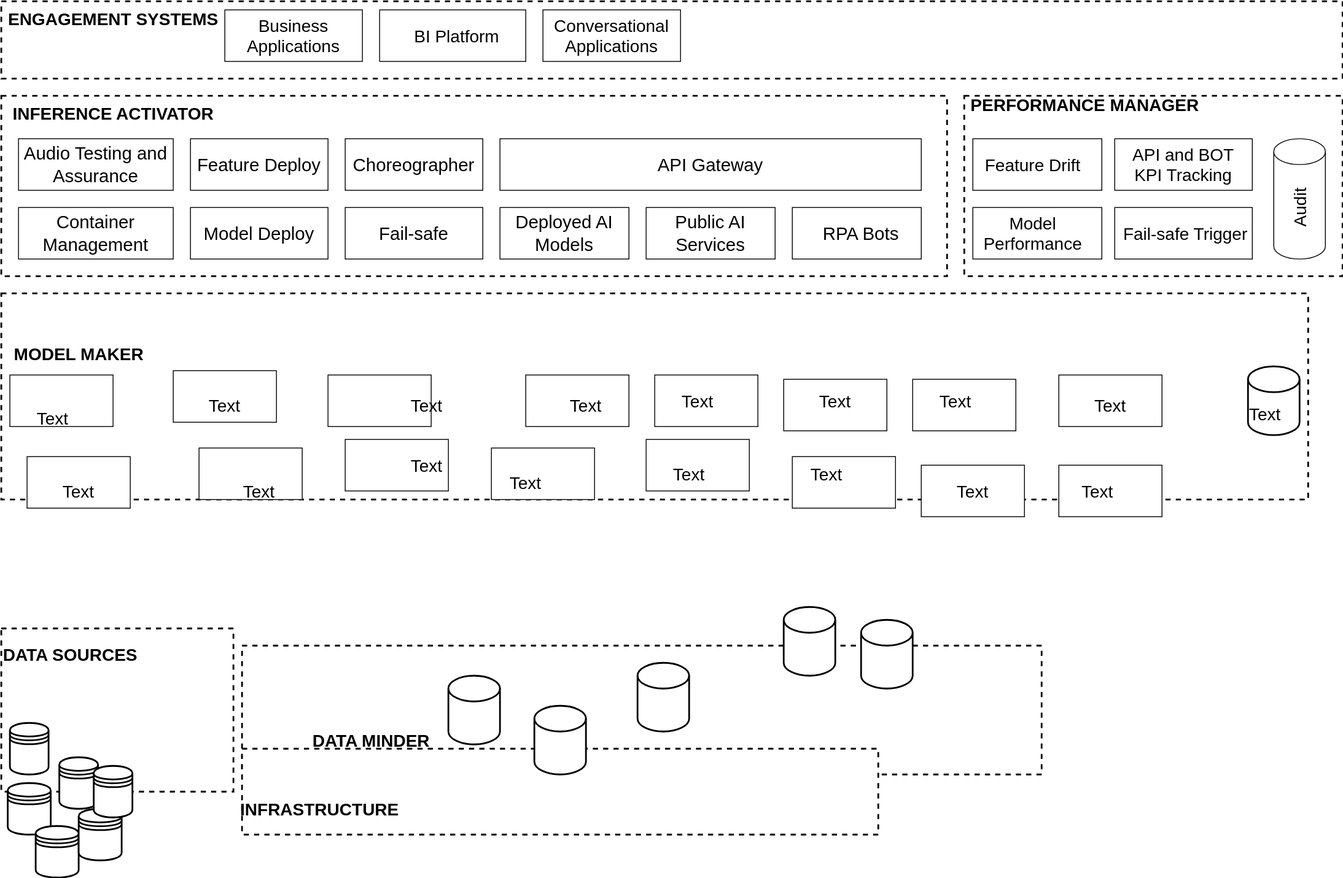
This is ArchitectureAI.svg from nadiaasrin/neddo, a draw.io export, as it was before one commit. Source tidied: cells renumbered, new cells last; positions are measured from the earlier drawing's top-left corner, leaving out a move shared by most shapes.
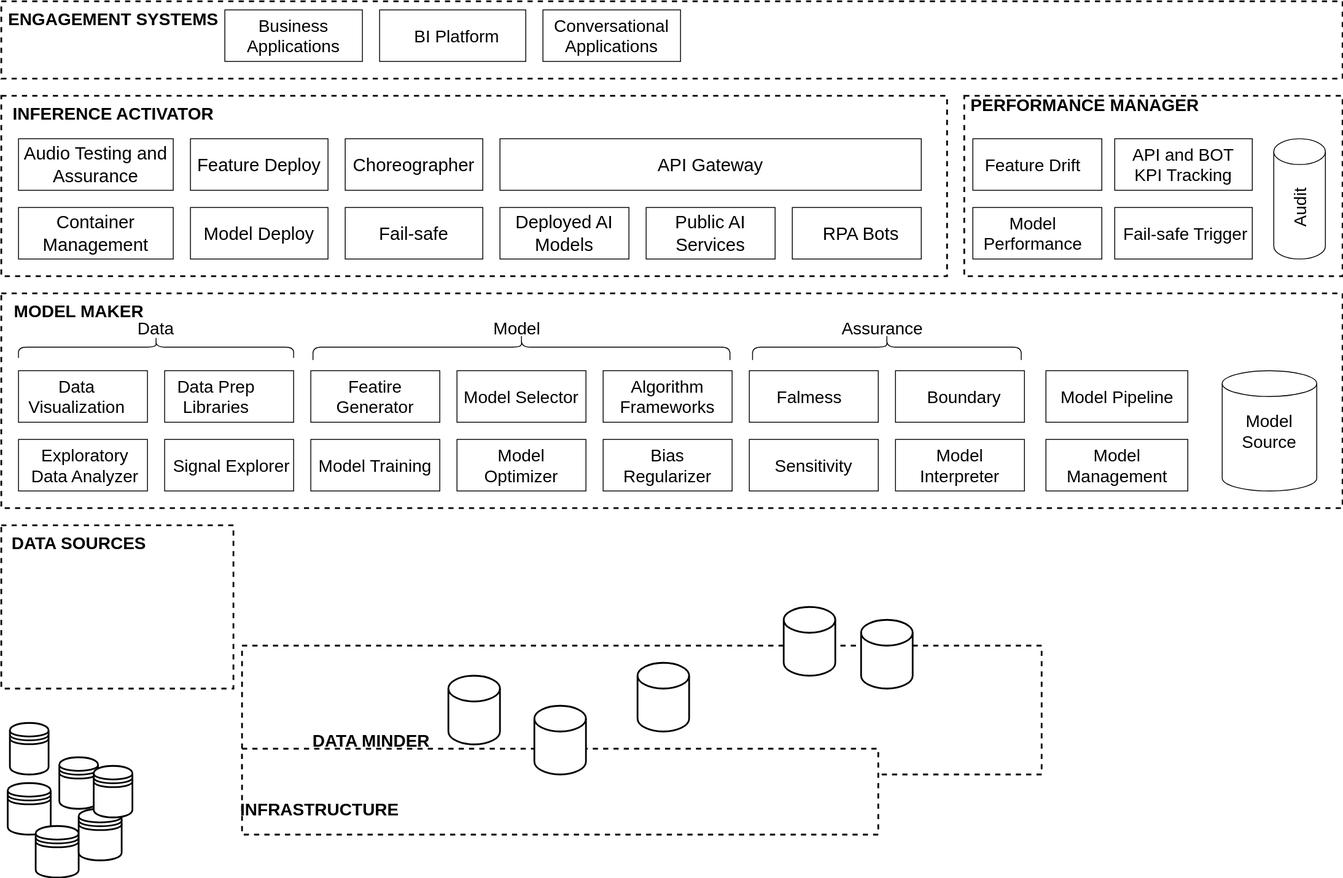
After the change.

What changed in the source:
```diff
@@ -93,10 +93,10 @@
       <mxGeometry x="90" y="260" width="40" height="20" as="geometry" />
     </mxCell>
     <mxCell id="32" style="fontStyle=0;dashed=1;strokeColor=#000000;strokeWidth=2;fontSize=21;" parent="1" vertex="1">
-      <mxGeometry y="340" width="1520" height="240" as="geometry" />
+      <mxGeometry y="340" width="1560" height="250" as="geometry" />
     </mxCell>
     <mxCell id="33" style="fontStyle=0;dashed=1;strokeColor=#000000;strokeWidth=2;fontSize=21;" parent="1" vertex="1">
-      <mxGeometry y="730" width="270" height="190" as="geometry" />
+      <mxGeometry y="610" width="270" height="190" as="geometry" />
     </mxCell>
     <mxCell id="34" style="fontStyle=0;dashed=1;strokeColor=#000000;strokeWidth=2;fontSize=21;" parent="1" vertex="1">
       <mxGeometry x="280" y="750" width="930" height="150" as="geometry" />
@@ -111,10 +111,10 @@
       <mxGeometry x="40" y="960" width="50" height="60" as="geometry" />
     </mxCell>
     <mxCell id="38" value="&lt;font style=&quot;font-size: 20px&quot;&gt;DATA SOURCES&lt;/font&gt;" style="text;strokeColor=none;fillColor=none;html=1;fontSize=24;fontStyle=1;verticalAlign=middle;align=center;" parent="1" vertex="1">
-      <mxGeometry x="30" y="740" width="100" height="40" as="geometry" />
+      <mxGeometry x="40" y="610" width="100" height="40" as="geometry" />
     </mxCell>
     <mxCell id="39" value="MODEL MAKER" style="text;strokeColor=none;fillColor=none;html=1;fontSize=20;fontStyle=1;verticalAlign=middle;align=center;" parent="1" vertex="1">
-      <mxGeometry x="40" y="390" width="100" height="40" as="geometry" />
+      <mxGeometry x="40" y="340" width="100" height="40" as="geometry" />
     </mxCell>
     <mxCell id="40" style="shape=datastore;whiteSpace=wrap;html=1;strokeColor=#000000;strokeWidth=2;fontSize=20;" parent="1" vertex="1">
       <mxGeometry x="90" y="940" width="50" height="60" as="geometry" />
@@ -143,8 +143,8 @@
     <mxCell id="48" style="shape=cylinder3;whiteSpace=wrap;html=1;boundedLbl=1;backgroundOutline=1;size=15;strokeColor=#000000;strokeWidth=2;fontSize=20;" parent="1" vertex="1">
       <mxGeometry x="740" y="770" width="60" height="80" as="geometry" />
     </mxCell>
-    <mxCell id="49" style="shape=cylinder3;whiteSpace=wrap;html=1;boundedLbl=1;backgroundOutline=1;size=15;strokeColor=#000000;strokeWidth=2;fontSize=20;" parent="1" vertex="1">
-      <mxGeometry x="1450" y="425" width="60" height="80" as="geometry" />
+    <mxCell id="49" style="shape=cylinder3;whiteSpace=wrap;html=1;boundedLbl=1;backgroundOutline=1;size=15;strokeColor=#000000;strokeWidth=1;fontSize=20;" parent="1" vertex="1">
+      <mxGeometry x="1420" y="430" width="110" height="140" as="geometry" />
     </mxCell>
     <mxCell id="50" style="shape=cylinder3;whiteSpace=wrap;html=1;boundedLbl=1;backgroundOutline=1;size=15;strokeColor=#000000;strokeWidth=2;fontSize=20;" parent="1" vertex="1">
       <mxGeometry x="910" y="705" width="60" height="80" as="geometry" />
@@ -162,52 +162,52 @@
       <mxGeometry x="1480" y="160" width="60" height="140" as="geometry" />
     </mxCell>
     <mxCell id="55" style="rounded=0;whiteSpace=wrap;html=1;strokeColor=#000000;strokeWidth=1;fontSize=20;" parent="1" vertex="1">
-      <mxGeometry x="1230" y="540" width="120" height="60" as="geometry" />
+      <mxGeometry x="1215" y="510" width="165" height="60" as="geometry" />
     </mxCell>
     <mxCell id="56" style="rounded=0;whiteSpace=wrap;html=1;strokeColor=#000000;strokeWidth=1;fontSize=20;" parent="1" vertex="1">
-      <mxGeometry x="1230" y="435" width="120" height="60" as="geometry" />
+      <mxGeometry x="1215" y="430" width="165" height="60" as="geometry" />
     </mxCell>
     <mxCell id="57" style="rounded=0;whiteSpace=wrap;html=1;strokeColor=#000000;strokeWidth=1;fontSize=20;" parent="1" vertex="1">
-      <mxGeometry x="1070" y="540" width="120" height="60" as="geometry" />
+      <mxGeometry x="1040" y="510" width="150" height="60" as="geometry" />
     </mxCell>
     <mxCell id="58" style="rounded=0;whiteSpace=wrap;html=1;strokeColor=#000000;strokeWidth=1;fontSize=20;" parent="1" vertex="1">
-      <mxGeometry x="1060" y="440" width="120" height="60" as="geometry" />
+      <mxGeometry x="1040" y="430" width="150" height="60" as="geometry" />
     </mxCell>
     <mxCell id="59" style="rounded=0;whiteSpace=wrap;html=1;strokeColor=#000000;strokeWidth=1;fontSize=20;" parent="1" vertex="1">
-      <mxGeometry x="920" y="530" width="120" height="60" as="geometry" />
+      <mxGeometry x="870" y="510" width="150" height="60" as="geometry" />
     </mxCell>
     <mxCell id="60" style="rounded=0;whiteSpace=wrap;html=1;strokeColor=#000000;strokeWidth=1;fontSize=20;" parent="1" vertex="1">
-      <mxGeometry x="910" y="440" width="120" height="60" as="geometry" />
+      <mxGeometry x="870" y="430" width="150" height="60" as="geometry" />
     </mxCell>
     <mxCell id="61" style="rounded=0;whiteSpace=wrap;html=1;strokeColor=#000000;strokeWidth=1;fontSize=20;" parent="1" vertex="1">
-      <mxGeometry x="760" y="435" width="120" height="60" as="geometry" />
+      <mxGeometry x="700" y="430" width="150" height="60" as="geometry" />
     </mxCell>
     <mxCell id="62" style="rounded=0;whiteSpace=wrap;html=1;strokeColor=#000000;strokeWidth=1;fontSize=20;" parent="1" vertex="1">
-      <mxGeometry x="380" y="435" width="120" height="60" as="geometry" />
+      <mxGeometry x="360" y="430" width="150" height="60" as="geometry" />
     </mxCell>
     <mxCell id="63" style="rounded=0;whiteSpace=wrap;html=1;strokeColor=#000000;strokeWidth=1;fontSize=20;" parent="1" vertex="1">
-      <mxGeometry x="750" y="510" width="120" height="60" as="geometry" />
+      <mxGeometry x="700" y="510" width="150" height="60" as="geometry" />
     </mxCell>
     <mxCell id="64" style="rounded=0;whiteSpace=wrap;html=1;strokeColor=#000000;strokeWidth=1;fontSize=20;" parent="1" vertex="1">
-      <mxGeometry x="570" y="520" width="120" height="60" as="geometry" />
+      <mxGeometry x="530" y="510" width="150" height="60" as="geometry" />
     </mxCell>
     <mxCell id="65" style="rounded=0;whiteSpace=wrap;html=1;strokeColor=#000000;strokeWidth=1;fontSize=20;" parent="1" vertex="1">
-      <mxGeometry x="610" y="435" width="120" height="60" as="geometry" />
+      <mxGeometry x="530" y="430" width="150" height="60" as="geometry" />
     </mxCell>
     <mxCell id="66" style="rounded=0;whiteSpace=wrap;html=1;strokeColor=#000000;strokeWidth=1;fontSize=20;" parent="1" vertex="1">
-      <mxGeometry x="400" y="510" width="120" height="60" as="geometry" />
+      <mxGeometry x="360" y="510" width="150" height="60" as="geometry" />
     </mxCell>
     <mxCell id="67" style="rounded=0;whiteSpace=wrap;html=1;strokeColor=#000000;strokeWidth=1;fontSize=20;" parent="1" vertex="1">
-      <mxGeometry x="230" y="520" width="120" height="60" as="geometry" />
+      <mxGeometry x="190" y="510" width="150" height="60" as="geometry" />
     </mxCell>
     <mxCell id="68" style="rounded=0;whiteSpace=wrap;html=1;strokeColor=#000000;strokeWidth=1;fontSize=20;" parent="1" vertex="1">
-      <mxGeometry x="200" y="430" width="120" height="60" as="geometry" />
+      <mxGeometry x="190" y="430" width="150" height="60" as="geometry" />
     </mxCell>
     <mxCell id="69" style="rounded=0;whiteSpace=wrap;html=1;strokeColor=#000000;strokeWidth=1;fontSize=20;" parent="1" vertex="1">
-      <mxGeometry x="30" y="530" width="120" height="60" as="geometry" />
+      <mxGeometry x="20" y="510" width="150" height="60" as="geometry" />
     </mxCell>
     <mxCell id="70" style="rounded=0;whiteSpace=wrap;html=1;strokeColor=#000000;strokeWidth=1;fontSize=20;" parent="1" vertex="1">
-      <mxGeometry x="10" y="435" width="120" height="60" as="geometry" />
+      <mxGeometry x="20" y="430" width="150" height="60" as="geometry" />
     </mxCell>
     <mxCell id="71" style="rounded=0;whiteSpace=wrap;html=1;strokeColor=#000000;strokeWidth=1;fontSize=20;" parent="1" vertex="1">
       <mxGeometry x="1295" y="240" width="160" height="60" as="geometry" />
@@ -224,32 +224,32 @@
     <mxCell id="75" value="Feature Drift" style="text;html=1;strokeColor=none;fillColor=none;align=center;verticalAlign=middle;whiteSpace=wrap;rounded=0;fontSize=20;" parent="1" vertex="1">
       <mxGeometry x="1140" y="180" width="120" height="20" as="geometry" />
     </mxCell>
-    <mxCell id="76" value="Text" style="text;html=1;strokeColor=none;fillColor=none;align=center;verticalAlign=middle;whiteSpace=wrap;rounded=0;fontSize=20;" parent="1" vertex="1">
-      <mxGeometry x="790" y="455" width="40" height="20" as="geometry" />
+    <mxCell id="76" value="Algorithm Frameworks" style="text;html=1;strokeColor=none;fillColor=none;align=center;verticalAlign=middle;whiteSpace=wrap;rounded=0;fontSize=20;" parent="1" vertex="1">
+      <mxGeometry x="755" y="450" width="40" height="20" as="geometry" />
     </mxCell>
-    <mxCell id="77" value="Text" style="text;html=1;strokeColor=none;fillColor=none;align=center;verticalAlign=middle;whiteSpace=wrap;rounded=0;fontSize=20;" parent="1" vertex="1">
-      <mxGeometry x="1255" y="560" width="40" height="20" as="geometry" />
+    <mxCell id="77" value="Model Management" style="text;html=1;strokeColor=none;fillColor=none;align=center;verticalAlign=middle;whiteSpace=wrap;rounded=0;fontSize=20;" parent="1" vertex="1">
+      <mxGeometry x="1277.5" y="530" width="40" height="20" as="geometry" />
     </mxCell>
-    <mxCell id="78" value="Text" style="text;html=1;strokeColor=none;fillColor=none;align=center;verticalAlign=middle;whiteSpace=wrap;rounded=0;fontSize=20;" parent="1" vertex="1">
-      <mxGeometry x="1450" y="470" width="40" height="20" as="geometry" />
+    <mxCell id="78" value="Model Source" style="text;html=1;strokeColor=none;fillColor=none;align=center;verticalAlign=middle;whiteSpace=wrap;rounded=0;fontSize=20;" parent="1" vertex="1">
+      <mxGeometry x="1455" y="490" width="40" height="20" as="geometry" />
     </mxCell>
-    <mxCell id="79" value="Text" style="text;html=1;strokeColor=none;fillColor=none;align=center;verticalAlign=middle;whiteSpace=wrap;rounded=0;fontSize=20;" parent="1" vertex="1">
-      <mxGeometry x="1110" y="560" width="40" height="20" as="geometry" />
+    <mxCell id="79" value="Model Interpreter" style="text;html=1;strokeColor=none;fillColor=none;align=center;verticalAlign=middle;whiteSpace=wrap;rounded=0;fontSize=20;" parent="1" vertex="1">
+      <mxGeometry x="1095" y="530" width="40" height="20" as="geometry" />
     </mxCell>
-    <mxCell id="80" value="Text" style="text;html=1;strokeColor=none;fillColor=none;align=center;verticalAlign=middle;whiteSpace=wrap;rounded=0;fontSize=20;" parent="1" vertex="1">
-      <mxGeometry x="940" y="540" width="40" height="20" as="geometry" />
+    <mxCell id="80" value="Sensitivity" style="text;html=1;strokeColor=none;fillColor=none;align=center;verticalAlign=middle;whiteSpace=wrap;rounded=0;fontSize=20;" parent="1" vertex="1">
+      <mxGeometry x="925" y="530" width="40" height="20" as="geometry" />
     </mxCell>
-    <mxCell id="81" value="Text" style="text;html=1;strokeColor=none;fillColor=none;align=center;verticalAlign=middle;whiteSpace=wrap;rounded=0;fontSize=20;" parent="1" vertex="1">
-      <mxGeometry x="950" y="455" width="40" height="20" as="geometry" />
+    <mxCell id="81" value="Falmess" style="text;html=1;strokeColor=none;fillColor=none;align=center;verticalAlign=middle;whiteSpace=wrap;rounded=0;fontSize=20;" parent="1" vertex="1">
+      <mxGeometry x="920" y="450" width="40" height="20" as="geometry" />
     </mxCell>
     <mxCell id="82" value="Audit" style="text;html=1;strokeColor=none;fillColor=none;align=center;verticalAlign=middle;whiteSpace=wrap;rounded=0;fontSize=20;rotation=-90;" parent="1" vertex="1">
       <mxGeometry x="1490" y="230" width="40" height="20" as="geometry" />
     </mxCell>
-    <mxCell id="83" value="Text" style="text;html=1;strokeColor=none;fillColor=none;align=center;verticalAlign=middle;whiteSpace=wrap;rounded=0;fontSize=20;" parent="1" vertex="1">
-      <mxGeometry x="1270" y="460" width="40" height="20" as="geometry" />
+    <mxCell id="83" value="Model Pipeline" style="text;html=1;strokeColor=none;fillColor=none;align=center;verticalAlign=middle;whiteSpace=wrap;rounded=0;fontSize=20;" parent="1" vertex="1">
+      <mxGeometry x="1222.5" y="450" width="150" height="20" as="geometry" />
     </mxCell>
-    <mxCell id="84" value="Text" style="text;html=1;strokeColor=none;fillColor=none;align=center;verticalAlign=middle;whiteSpace=wrap;rounded=0;fontSize=20;" parent="1" vertex="1">
-      <mxGeometry x="1090" y="455" width="40" height="20" as="geometry" />
+    <mxCell id="84" value="Boundary" style="text;html=1;strokeColor=none;fillColor=none;align=center;verticalAlign=middle;whiteSpace=wrap;rounded=0;fontSize=20;" parent="1" vertex="1">
+      <mxGeometry x="1100" y="450" width="40" height="20" as="geometry" />
     </mxCell>
     <mxCell id="85" value="Fail-safe Trigger" style="text;html=1;strokeColor=none;fillColor=none;align=center;verticalAlign=middle;whiteSpace=wrap;rounded=0;fontSize=20;" parent="1" vertex="1">
       <mxGeometry x="1295" y="260" width="165" height="20" as="geometry" />
@@ -260,32 +260,50 @@
     <mxCell id="87" value="API and BOT KPI Tracking" style="text;html=1;strokeColor=none;fillColor=none;align=center;verticalAlign=middle;whiteSpace=wrap;rounded=0;fontSize=20;" parent="1" vertex="1">
       <mxGeometry x="1315" y="180" width="120" height="20" as="geometry" />
     </mxCell>
-    <mxCell id="88" value="Text" style="text;html=1;strokeColor=none;fillColor=none;align=center;verticalAlign=middle;whiteSpace=wrap;rounded=0;fontSize=20;" parent="1" vertex="1">
-      <mxGeometry x="780" y="540" width="40" height="20" as="geometry" />
+    <mxCell id="88" value="Bias Regularizer" style="text;html=1;strokeColor=none;fillColor=none;align=center;verticalAlign=middle;whiteSpace=wrap;rounded=0;fontSize=20;" parent="1" vertex="1">
+      <mxGeometry x="755" y="530" width="40" height="20" as="geometry" />
     </mxCell>
-    <mxCell id="89" value="Text" style="text;html=1;strokeColor=none;fillColor=none;align=center;verticalAlign=middle;whiteSpace=wrap;rounded=0;fontSize=20;" parent="1" vertex="1">
-      <mxGeometry x="660" y="460" width="40" height="20" as="geometry" />
+    <mxCell id="89" value="Model Selector" style="text;html=1;strokeColor=none;fillColor=none;align=center;verticalAlign=middle;whiteSpace=wrap;rounded=0;fontSize=20;" parent="1" vertex="1">
+      <mxGeometry x="535" y="450" width="140" height="20" as="geometry" />
     </mxCell>
-    <mxCell id="90" value="Text" style="text;html=1;strokeColor=none;fillColor=none;align=center;verticalAlign=middle;whiteSpace=wrap;rounded=0;fontSize=20;" parent="1" vertex="1">
-      <mxGeometry x="590" y="550" width="40" height="20" as="geometry" />
+    <mxCell id="90" value="Model Optimizer" style="text;html=1;strokeColor=none;fillColor=none;align=center;verticalAlign=middle;whiteSpace=wrap;rounded=0;fontSize=20;" parent="1" vertex="1">
+      <mxGeometry x="585" y="530" width="40" height="20" as="geometry" />
     </mxCell>
-    <mxCell id="91" value="Text" style="text;html=1;strokeColor=none;fillColor=none;align=center;verticalAlign=middle;whiteSpace=wrap;rounded=0;fontSize=20;" parent="1" vertex="1">
-      <mxGeometry x="475" y="460" width="40" height="20" as="geometry" />
+    <mxCell id="91" value="Featire Generator" style="text;html=1;strokeColor=none;fillColor=none;align=center;verticalAlign=middle;whiteSpace=wrap;rounded=0;fontSize=20;" parent="1" vertex="1">
+      <mxGeometry x="415" y="450" width="40" height="20" as="geometry" />
     </mxCell>
-    <mxCell id="92" value="Text" style="text;html=1;strokeColor=none;fillColor=none;align=center;verticalAlign=middle;whiteSpace=wrap;rounded=0;fontSize=20;" parent="1" vertex="1">
-      <mxGeometry x="475" y="530" width="40" height="20" as="geometry" />
+    <mxCell id="92" value="Model Training" style="text;html=1;strokeColor=none;fillColor=none;align=center;verticalAlign=middle;whiteSpace=wrap;rounded=0;fontSize=20;" parent="1" vertex="1">
+      <mxGeometry x="365" y="530" width="140" height="20" as="geometry" />
     </mxCell>
-    <mxCell id="93" value="Text" style="text;html=1;strokeColor=none;fillColor=none;align=center;verticalAlign=middle;whiteSpace=wrap;rounded=0;fontSize=20;" parent="1" vertex="1">
-      <mxGeometry x="40" y="475" width="40" height="20" as="geometry" />
+    <mxCell id="93" value="Data Visualization" style="text;html=1;strokeColor=none;fillColor=none;align=center;verticalAlign=middle;whiteSpace=wrap;rounded=0;fontSize=20;" parent="1" vertex="1">
+      <mxGeometry x="67.5" y="450" width="40" height="20" as="geometry" />
     </mxCell>
-    <mxCell id="94" value="Text" style="text;html=1;strokeColor=none;fillColor=none;align=center;verticalAlign=middle;whiteSpace=wrap;rounded=0;fontSize=20;" parent="1" vertex="1">
-      <mxGeometry x="240" y="460" width="40" height="20" as="geometry" />
+    <mxCell id="94" value="Data Prep Libraries" style="text;html=1;strokeColor=none;fillColor=none;align=center;verticalAlign=middle;whiteSpace=wrap;rounded=0;fontSize=20;" parent="1" vertex="1">
+      <mxGeometry x="190" y="455" width="120" height="10" as="geometry" />
     </mxCell>
-    <mxCell id="95" value="Text" style="text;html=1;strokeColor=none;fillColor=none;align=center;verticalAlign=middle;whiteSpace=wrap;rounded=0;fontSize=20;" parent="1" vertex="1">
-      <mxGeometry x="70" y="560" width="40" height="20" as="geometry" />
+    <mxCell id="95" value="Exploratory Data Analyzer" style="text;html=1;strokeColor=none;fillColor=none;align=center;verticalAlign=middle;whiteSpace=wrap;rounded=0;fontSize=20;" parent="1" vertex="1">
+      <mxGeometry x="25" y="530" width="145" height="20" as="geometry" />
     </mxCell>
-    <mxCell id="96" value="Text" style="text;html=1;strokeColor=none;fillColor=none;align=center;verticalAlign=middle;whiteSpace=wrap;rounded=0;fontSize=20;" parent="1" vertex="1">
-      <mxGeometry x="280" y="560" width="40" height="20" as="geometry" />
+    <mxCell id="96" value="Signal Explorer" style="text;html=1;strokeColor=none;fillColor=none;align=center;verticalAlign=middle;whiteSpace=wrap;rounded=0;fontSize=20;" parent="1" vertex="1">
+      <mxGeometry x="192.5" y="530" width="150" height="20" as="geometry" />
     </mxCell>
+    <mxCell id="97" style="shape=curlyBracket;whiteSpace=wrap;html=1;rounded=1;strokeColor=#000000;strokeWidth=1;fontSize=20;rotation=90;" parent="1" vertex="1">
+      <mxGeometry x="167.5" y="242.5" width="25" height="320" as="geometry" />
+    </mxCell>
+    <mxCell id="98" value="Data" style="text;html=1;strokeColor=none;fillColor=none;align=center;verticalAlign=middle;whiteSpace=wrap;rounded=0;fontSize=20;" parent="1" vertex="1">
+      <mxGeometry x="160" y="370" width="40" height="20" as="geometry" />
+    </mxCell>
+    <mxCell id="99" style="shape=curlyBracket;whiteSpace=wrap;html=1;rounded=1;strokeColor=#000000;strokeWidth=1;fontSize=20;rotation=90;" parent="1" vertex="1">
+      <mxGeometry x="590" y="160" width="30" height="485" as="geometry" />
+    </mxCell>
+    <mxCell id="100" style="shape=curlyBracket;whiteSpace=wrap;html=1;rounded=1;strokeColor=#000000;strokeWidth=1;fontSize=20;rotation=90;" parent="1" vertex="1">
+      <mxGeometry x="1015" y="246.2" width="30" height="312.5" as="geometry" />
+    </mxCell>
+    <mxCell id="101" value="Model" style="text;html=1;strokeColor=none;fillColor=none;align=center;verticalAlign=middle;whiteSpace=wrap;rounded=0;fontSize=20;" parent="1" vertex="1">
+      <mxGeometry x="580" y="370" width="40" height="20" as="geometry" />
+    </mxCell>
+    <mxCell id="102" value="Assurance" style="text;html=1;strokeColor=none;fillColor=none;align=center;verticalAlign=middle;whiteSpace=wrap;rounded=0;fontSize=20;" parent="1" vertex="1">
+      <mxGeometry x="1005" y="370" width="40" height="20" as="geometry" />
+    </mxCell>
   </root>
 </mxGraphModel>
```
